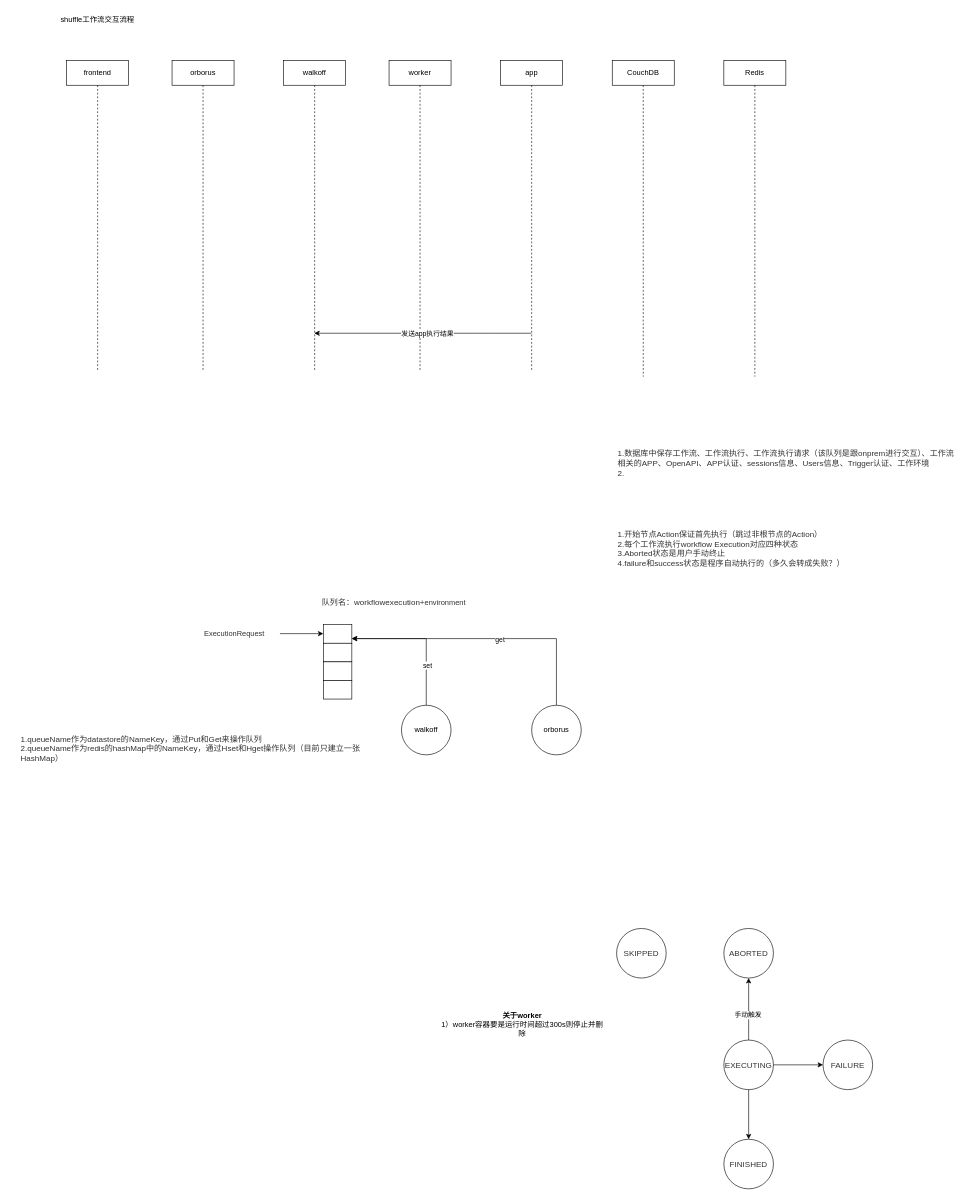
lzhz2012/drawio keeps this draw.io diagram as page "workflow" (1 of 2) of walkflow.drawio. Above is the earlier version. Source tidied: cells renumbered, new cells numbered last; positions are measured from the earlier drawing's top-left corner, leaving out a move shared by most shapes. Both pictures are drawn from the tidied source at 62%, with x=0, y=0 at pixel (19, 11).
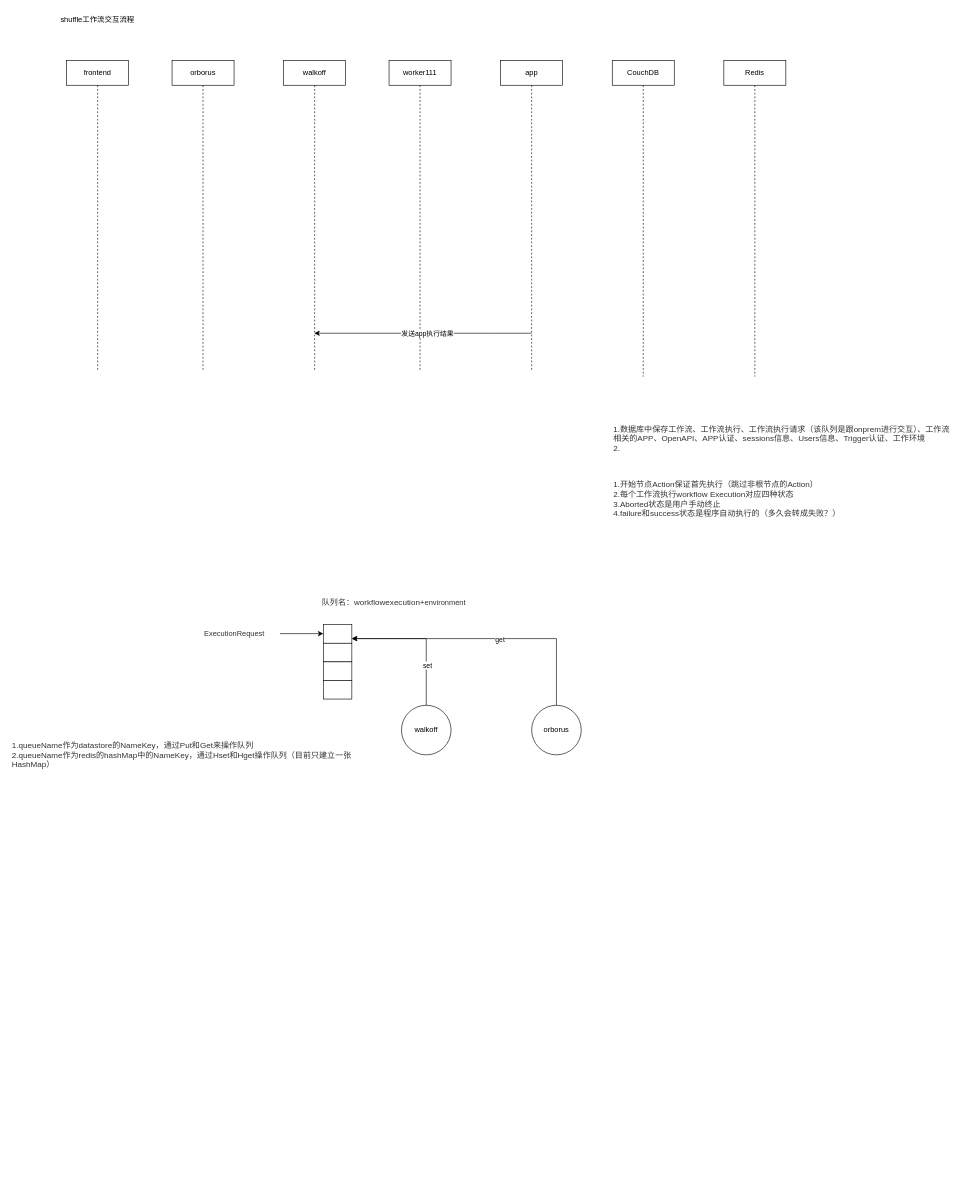
The same diagram, later.

Change to the diagram source:
```diff
@@
-    <mxCell id="4" value="worker" style="shape=umlLifeline;perimeter=lifelinePerimeter;whiteSpace=wrap;html=1;" parent="1" vertex="1">
+    <mxCell id="4" value="worker111" style="shape=umlLifeline;perimeter=lifelinePerimeter;whiteSpace=wrap;html=1;" parent="1" vertex="1">
       <mxGeometry x="596" y="80" width="100" height="500" as="geometry" />
     </mxCell>
@@
     <mxCell id="21" value="&lt;span style=&quot;color: rgb(50, 50, 50); font-size: 13px; font-style: normal; font-weight: 400; letter-spacing: normal; text-align: left; text-indent: 0px; text-transform: none; word-spacing: 0px; background-color: rgba(255, 255, 255, 0.01); display: inline; float: none;&quot;&gt;1.数据库中保存工作流、工作流执行、工作流执行请求（该队列是跟onprem进行交互）、工作流相关的APP、OpenAPI、APP认证、sessions信息、Users信息、Trigger认证、工作环境&lt;/span&gt;&lt;div style=&quot;resize: none; outline: none; font-size: 13px; color: rgb(50, 50, 50); font-style: normal; font-weight: 400; letter-spacing: normal; text-align: left; text-indent: 0px; text-transform: none; word-spacing: 0px;&quot;&gt;&lt;div style=&quot;resize: none ; outline: none ; font-size: inherit&quot;&gt;2.&lt;/div&gt;&lt;/div&gt;" style="text;whiteSpace=wrap;html=1;" parent="1" vertex="1">
-      <mxGeometry x="963" y="700" width="550" height="70" as="geometry" />
+      <mxGeometry x="956" y="660" width="550" height="70" as="geometry" />
     </mxCell>
     <mxCell id="22" value="&lt;span style=&quot;color: rgb(50, 50, 50); font-size: 13px; font-style: normal; font-weight: 400; letter-spacing: normal; text-align: left; text-indent: 0px; text-transform: none; word-spacing: 0px; background-color: rgba(255, 255, 255, 0.01); display: inline; float: none;&quot;&gt;1.开始节点Action保证首先执行（跳过非根节点的Action）&lt;/span&gt;&lt;div style=&quot;resize: none; outline: none; font-size: 13px; color: rgb(50, 50, 50); font-style: normal; font-weight: 400; letter-spacing: normal; text-align: left; text-indent: 0px; text-transform: none; word-spacing: 0px;&quot;&gt;2.每个工作流执行workflow Execution对应四种状态&lt;/div&gt;&lt;div style=&quot;resize: none; outline: none; font-size: 13px; color: rgb(50, 50, 50); font-style: normal; font-weight: 400; letter-spacing: normal; text-align: left; text-indent: 0px; text-transform: none; word-spacing: 0px;&quot;&gt;3.Aborted状态是用户手动终止&lt;/div&gt;&lt;div style=&quot;resize: none; outline: none; font-size: 13px; color: rgb(50, 50, 50); font-style: normal; font-weight: 400; letter-spacing: normal; text-align: left; text-indent: 0px; text-transform: none; word-spacing: 0px;&quot;&gt;4.failure和success状态是程序自动执行的（多久会转成失败？）&lt;/div&gt;" style="text;whiteSpace=wrap;html=1;" parent="1" vertex="1">
-      <mxGeometry x="963" y="830" width="390" height="70" as="geometry" />
+      <mxGeometry x="956" y="750" width="390" height="70" as="geometry" />
     </mxCell>
@@
-    <mxCell id="25" value="&lt;span style=&quot;color: rgb(50 , 50 , 50) ; font-size: 13px ; background-color: rgba(255 , 255 , 255 , 0.01)&quot;&gt;ABORTED&lt;/span&gt;" style="ellipse;whiteSpace=wrap;html=1;fillColor=none;gradientColor=none;align=center;" parent="1" vertex="1">
-      <mxGeometry x="1136" y="1480" width="80" height="80" as="geometry" />
-    </mxCell>
-    <mxCell id="26" style="edgeStyle=orthogonalEdgeStyle;rounded=0;jettySize=auto;html=1;exitX=1;exitY=0.5;exitDx=0;exitDy=0;" parent="1" edge="1" source="30" target="31">
-      <mxGeometry relative="1" as="geometry" />
-    </mxCell>
-    <mxCell id="27" style="edgeStyle=orthogonalEdgeStyle;rounded=0;jettySize=auto;html=1;exitX=0.5;exitY=0;exitDx=0;exitDy=0;entryX=0.5;entryY=1;entryDx=0;entryDy=0;" parent="1" edge="1" source="30" target="25">
-      <mxGeometry relative="1" as="geometry" />
-    </mxCell>
-    <mxCell id="28" value="手动触发" style="edgeLabel;html=1;align=center;verticalAlign=middle;" parent="27" vertex="1">
-      <mxGeometry x="-0.18" y="2" relative="1" as="geometry" />
-    </mxCell>
-    <mxCell id="29" style="edgeStyle=orthogonalEdgeStyle;rounded=0;jettySize=auto;html=1;" parent="1" edge="1" source="30" target="32">
-      <mxGeometry relative="1" as="geometry" />
-    </mxCell>
-    <mxCell id="30" value="&lt;span style=&quot;color: rgb(50 , 50 , 50) ; font-size: 13px ; background-color: rgba(255 , 255 , 255 , 0.01)&quot;&gt;EXECUTING&lt;/span&gt;" style="ellipse;whiteSpace=wrap;html=1;fillColor=none;gradientColor=none;align=center;" parent="1" vertex="1">
-      <mxGeometry x="1136" y="1660" width="80" height="80" as="geometry" />
-    </mxCell>
-    <mxCell id="31" value="&lt;span style=&quot;color: rgb(50 , 50 , 50) ; font-size: 13px ; background-color: rgba(255 , 255 , 255 , 0.01)&quot;&gt;FAILURE&lt;/span&gt;" style="ellipse;whiteSpace=wrap;html=1;fillColor=none;gradientColor=none;align=center;" parent="1" vertex="1">
-      <mxGeometry x="1296" y="1660" width="80" height="80" as="geometry" />
-    </mxCell>
-    <mxCell id="32" value="&lt;span style=&quot;color: rgb(50 , 50 , 50) ; font-size: 13px ; background-color: rgba(255 , 255 , 255 , 0.01)&quot;&gt;FINISHED&lt;/span&gt;" style="ellipse;whiteSpace=wrap;html=1;fillColor=none;gradientColor=none;align=center;" parent="1" vertex="1">
-      <mxGeometry x="1136" y="1820" width="80" height="80" as="geometry" />
-    </mxCell>
-    <mxCell id="33" value="&lt;span style=&quot;color: rgb(50 , 50 , 50) ; font-size: 13px ; background-color: rgba(255 , 255 , 255 , 0.01)&quot;&gt;SKIPPED&lt;/span&gt;" style="ellipse;whiteSpace=wrap;html=1;fillColor=none;gradientColor=none;align=center;" parent="1" vertex="1">
-      <mxGeometry x="963" y="1480" width="80" height="80" as="geometry" />
-    </mxCell>
     <mxCell id="34" value="&lt;span style=&quot;color: rgb(50 , 50 , 50) ; font-size: 13px ; font-style: normal ; font-weight: 400 ; letter-spacing: normal ; text-align: left ; text-indent: 0px ; text-transform: none ; word-spacing: 0px ; background-color: rgba(255 , 255 , 255 , 0.01) ; display: inline ; float: none&quot;&gt;1.queueName作为datastore的NameKey，通过Put和Get来操作队列&lt;/span&gt;&lt;div style=&quot;resize: none ; outline: none ; font-size: 13px ; color: rgb(50 , 50 , 50) ; font-style: normal ; font-weight: 400 ; letter-spacing: normal ; text-align: left ; text-indent: 0px ; text-transform: none ; word-spacing: 0px&quot;&gt;2.queueName作为redis的hashMap中的NameKey，通过Hset和Hget操作队列（目前只建立一张HashMap）&lt;/div&gt;" style="text;whiteSpace=wrap;html=1;" parent="1" vertex="1">
-      <mxGeometry y="1160" width="550" height="70" as="geometry" />
+      <mxGeometry x="-14" y="1170" width="550" height="70" as="geometry" />
     </mxCell>
-    <mxCell id="35" value="&lt;b&gt;关于worker&lt;/b&gt;&lt;br&gt;1）worker容器要是运行时间超过300s则停止并删除" style="text;html=1;strokeColor=none;fillColor=none;align=center;verticalAlign=middle;whiteSpace=wrap;rounded=0;" parent="1" vertex="1">
-      <mxGeometry x="676" y="1590" width="270" height="90" as="geometry" />
-    </mxCell>
```
